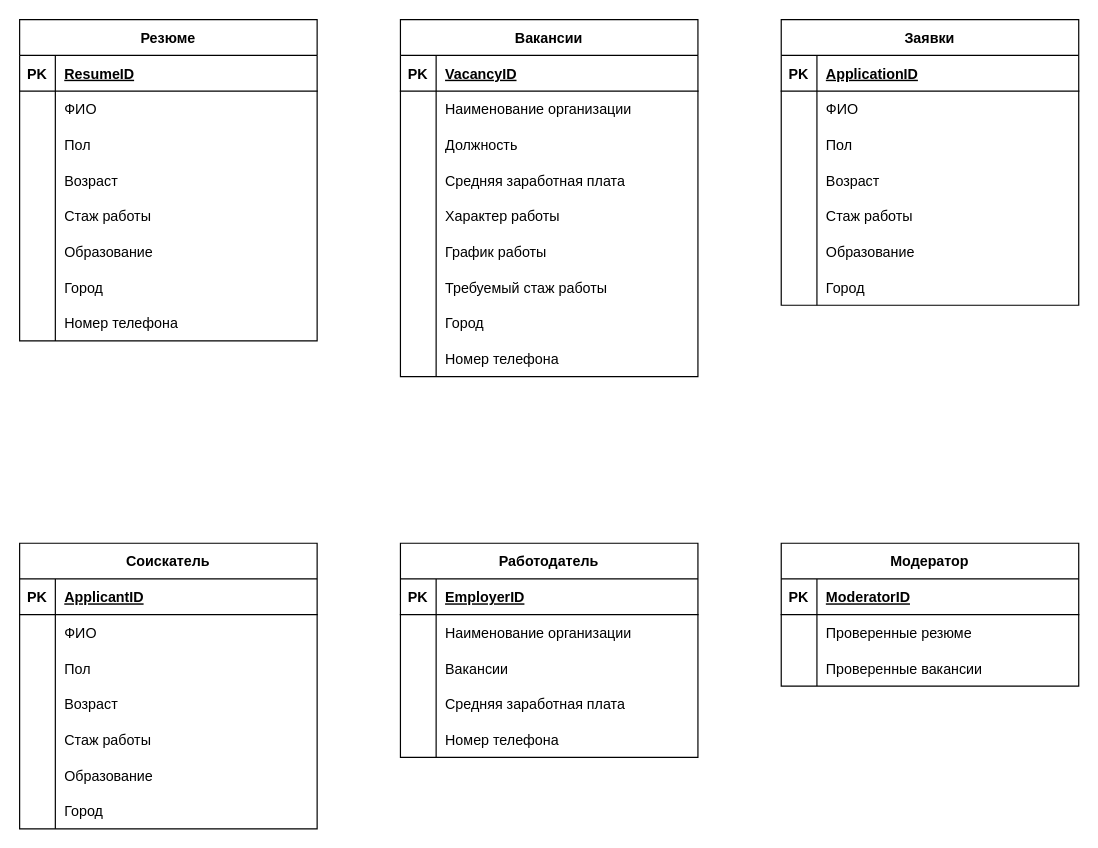
Above: Entity Relationship Diagram.drawio in FullOfDelirium/Employment-agency (draw.io), before the change. Source tidied: cells renumbered, new cells numbered last; positions are measured from the earlier drawing's top-left corner, leaving out a move shared by most shapes. Both pictures are drawn from the tidied source at 119%, with x=0, y=0 at pixel (19, 19).
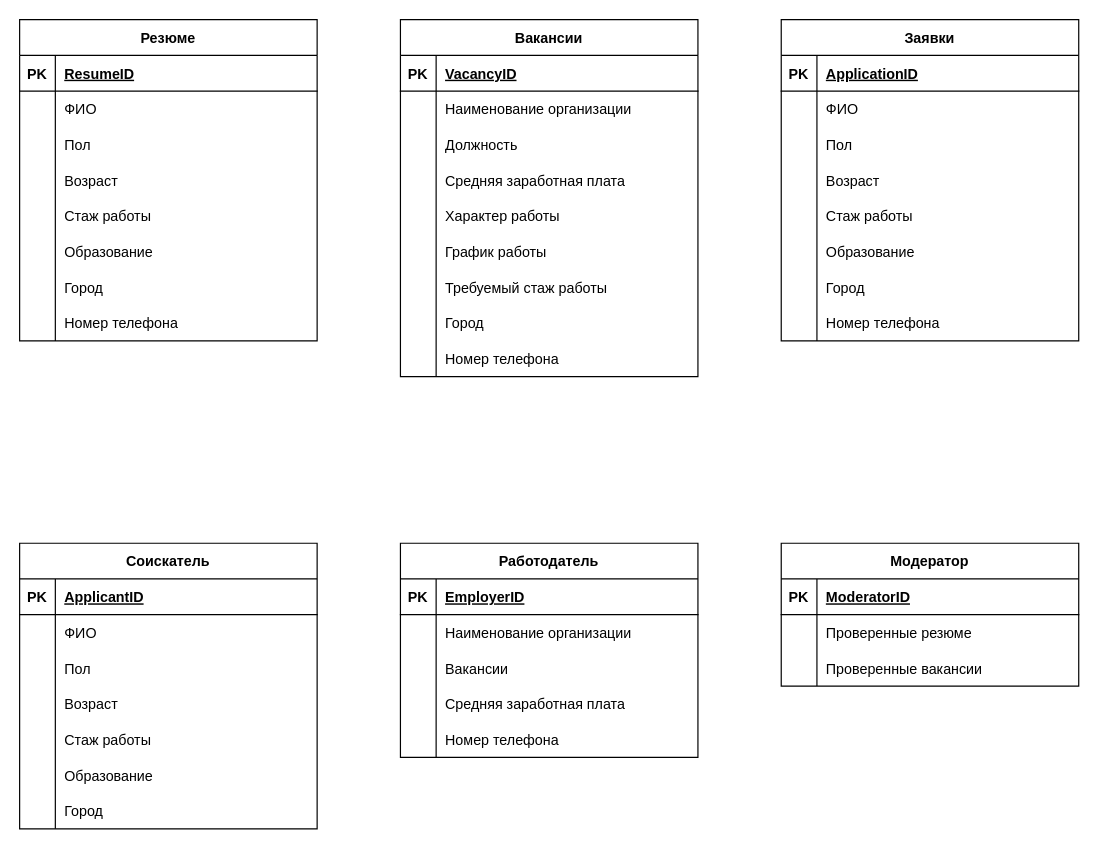
After the change.

The edit, as a diff of the source:
```diff
@@
     <mxCell id="55" value="Заявки" style="shape=table;startSize=30;childLayout=tableLayout;rowLines=0;fontStyle=1;align=center;" parent="1" vertex="1">
-      <mxGeometry x="640" width="250" height="240" as="geometry" />
+      <mxGeometry x="640" width="250" height="270" as="geometry" />
     </mxCell>
@@
+    <mxCell id="125" style="shape=partialRectangle;fillColor=none;top=0;left=0;right=0;bottom=0;" parent="55" vertex="1">
+      <mxGeometry y="240" width="250" height="30" as="geometry" />
+    </mxCell>
+    <mxCell id="126" style="shape=partialRectangle;overflow=hidden;fillColor=none;top=0;left=0;bottom=0;right=0;" parent="125" vertex="1">
+      <mxGeometry width="30" height="30" as="geometry" />
+    </mxCell>
+    <mxCell id="127" value="Номер телефона" style="shape=partialRectangle;overflow=hidden;fillColor=none;top=0;left=0;bottom=0;right=0;align=left;spacingLeft=6;" parent="125" vertex="1">
+      <mxGeometry x="30" width="220" height="30" as="geometry" />
+    </mxCell>
```
